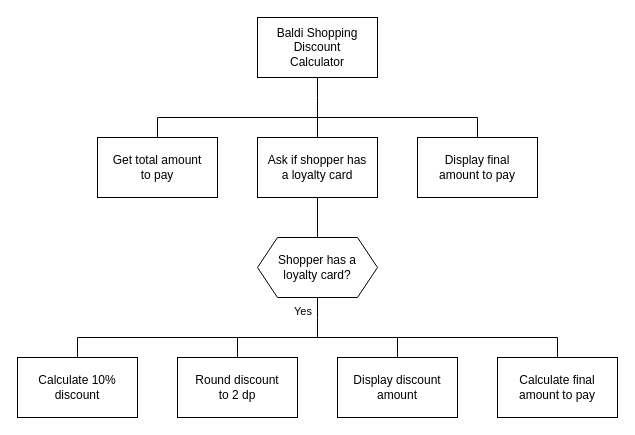
Before: page "sd" (1 of 3) of n5-cs/sdd/N5-SDD-Shopping/assets/N5 SDD Shopping.drawio in MrFriendCS/MrFriendCS.github.io, a draw.io diagram. Source tidied: cells renumbered, new cells numbered last; positions are measured from the earlier drawing's top-left corner, leaving out a move shared by most shapes. Both pictures are drawn from the tidied source at 100%, with x=0, y=0 at pixel (17, 17).
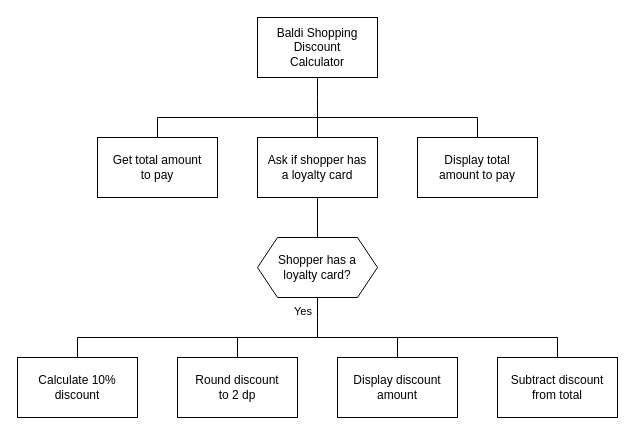
Above is the later version.

What changed in the source:
```diff
@@
-    <mxCell id="9" value="Display final&lt;div&gt;amount to pay&lt;/div&gt;" style="rounded=0;whiteSpace=wrap;html=1;" parent="1" vertex="1">
+    <mxCell id="9" value="Display total&lt;div&gt;amount to pay&lt;/div&gt;" style="rounded=0;whiteSpace=wrap;html=1;" parent="1" vertex="1">
       <mxGeometry x="400" y="120" width="120" height="60" as="geometry" />
     </mxCell>
@@
-    <mxCell id="21" value="Calculate final amount to pay" style="rounded=0;whiteSpace=wrap;html=1;" parent="1" vertex="1">
+    <mxCell id="21" value="Subtract discount&lt;div&gt;from total&lt;/div&gt;" style="rounded=0;whiteSpace=wrap;html=1;" parent="1" vertex="1">
       <mxGeometry x="480" y="340" width="120" height="60" as="geometry" />
     </mxCell>
```
